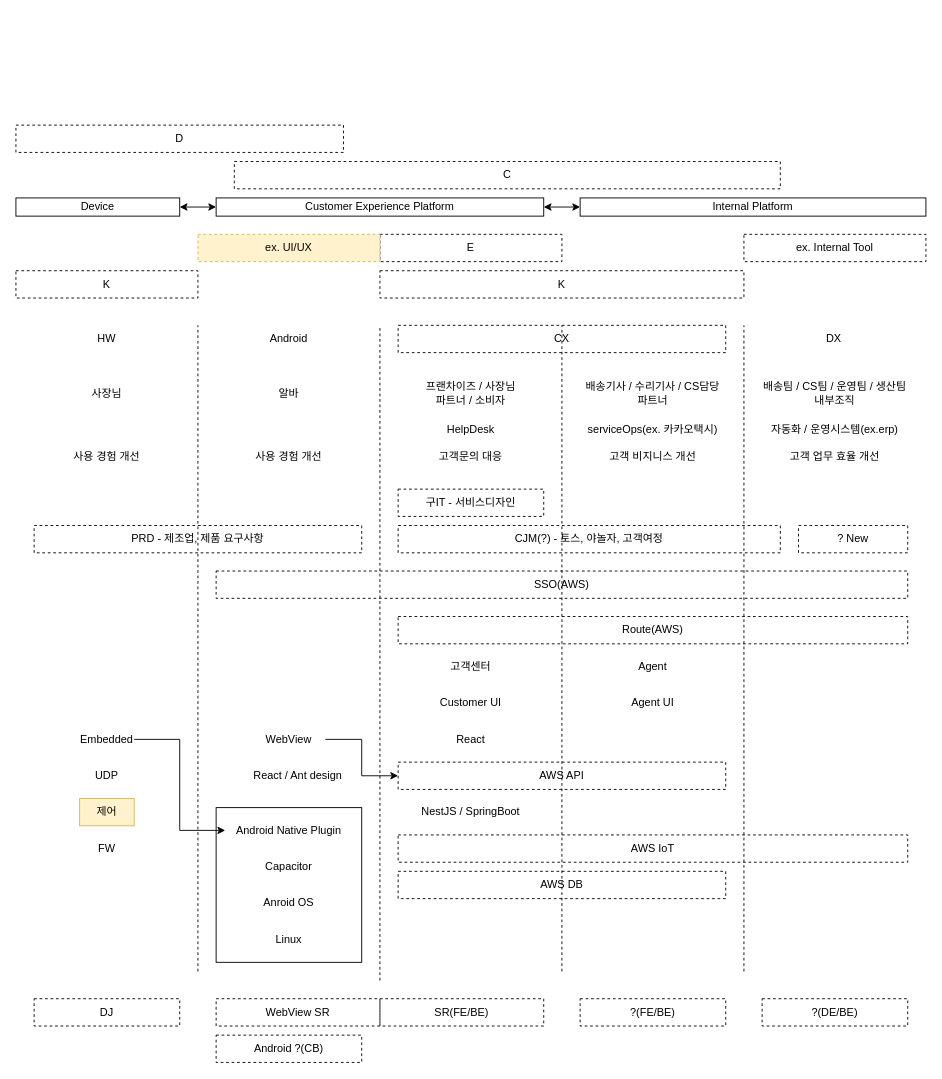
Above: 제목 없는 다이어그램.drawio in devchan64/note (draw.io), before the change. Source tidied: cells renumbered, new cells numbered last; positions are measured from the earlier drawing's top-left corner, leaving out a move shared by most shapes. Both pictures are drawn from the tidied source at 91%, with x=0, y=0 at pixel (15, 125).
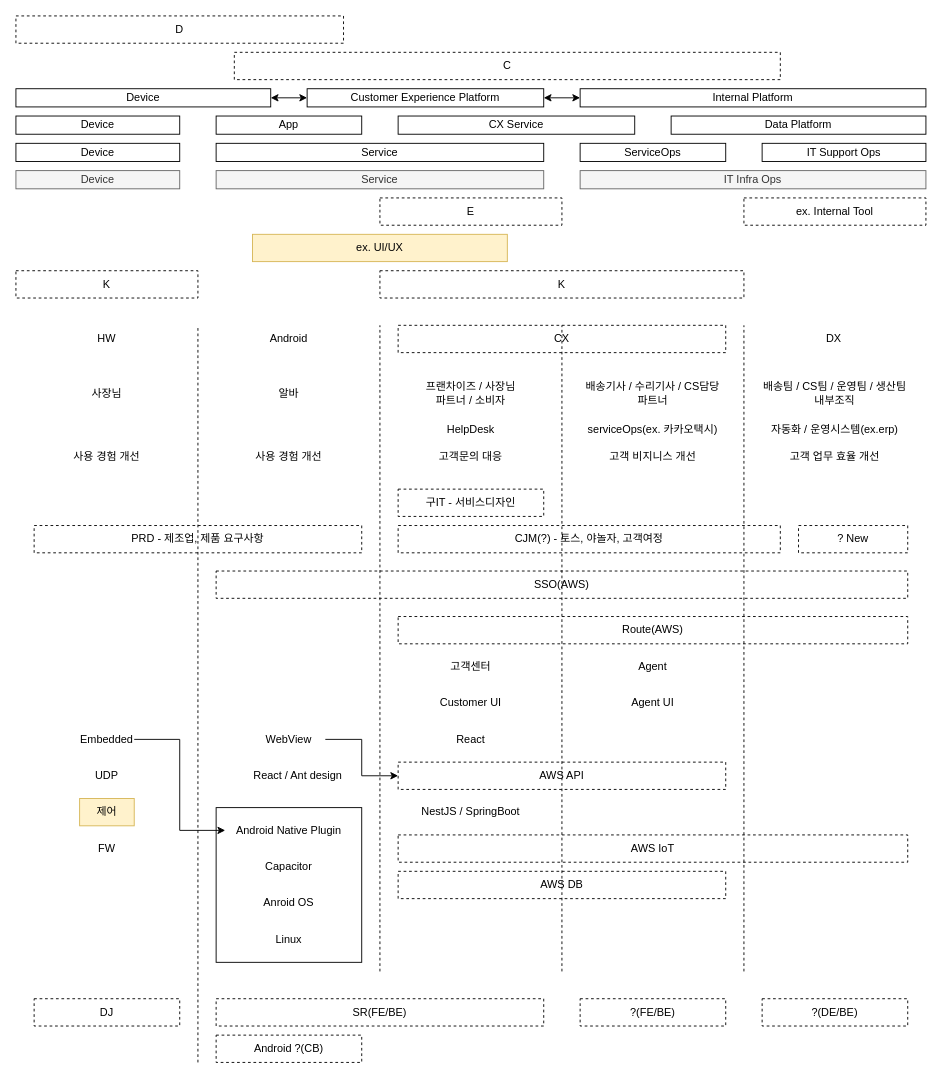
The same page after the edit.

Commit message:
제목 없는 다이어그램.drawio 업데이트

The edit, as a diff of the source:
```diff
@@
     <mxCell id="3" style="endArrow=none;html=1;rounded=0;dashed=1;" parent="1" edge="1">
       <mxGeometry relative="1" as="geometry">
-        <mxPoint x="200" y="930" as="sourcePoint" />
+        <mxPoint x="200" y="1030" as="sourcePoint" />
         <mxPoint x="200" y="220" as="targetPoint" />
       </mxGeometry>
     </mxCell>
     <mxCell id="4" style="endArrow=none;html=1;rounded=0;dashed=1;" parent="1" edge="1">
       <mxGeometry relative="1" as="geometry">
-        <mxPoint x="400" y="940" as="sourcePoint" />
+        <mxPoint x="400" y="930" as="sourcePoint" />
         <mxPoint x="400" y="220" as="targetPoint" />
       </mxGeometry>
     </mxCell>
@@
     <mxCell id="39" value="D" style="text;html=1;align=center;verticalAlign=middle;whiteSpace=wrap;rounded=0;dashed=1;strokeColor=default;" parent="1" vertex="1">
-      <mxGeometry width="360" height="30" as="geometry" />
+      <mxGeometry y="-120" width="360" height="30" as="geometry" />
     </mxCell>
     <mxCell id="40" value="C" style="text;html=1;align=center;verticalAlign=middle;whiteSpace=wrap;rounded=0;dashed=1;strokeColor=default;" parent="1" vertex="1">
-      <mxGeometry x="240" y="40" width="600" height="30" as="geometry" />
+      <mxGeometry x="240" y="-80" width="600" height="30" as="geometry" />
     </mxCell>
     <mxCell id="41" value="E" style="text;html=1;align=center;verticalAlign=middle;whiteSpace=wrap;rounded=0;dashed=1;strokeColor=default;" parent="1" vertex="1">
-      <mxGeometry x="400" y="120" width="200" height="30" as="geometry" />
+      <mxGeometry x="400" y="80" width="200" height="30" as="geometry" />
     </mxCell>
@@
     <mxCell id="43" value="SR(FE/BE)" style="text;html=1;align=center;verticalAlign=middle;whiteSpace=wrap;rounded=0;dashed=1;strokeColor=default;" parent="1" vertex="1">
-      <mxGeometry x="400" y="960" width="180" height="30" as="geometry" />
+      <mxGeometry x="220" y="960" width="360" height="30" as="geometry" />
     </mxCell>
-    <mxCell id="44" value="WebView SR" style="text;html=1;align=center;verticalAlign=middle;whiteSpace=wrap;rounded=0;dashed=1;strokeColor=default;" parent="1" vertex="1">
-      <mxGeometry x="220" y="960" width="180" height="30" as="geometry" />
-    </mxCell>
@@
     <mxCell id="57" value="ex. Internal Tool" style="text;html=1;align=center;verticalAlign=middle;whiteSpace=wrap;rounded=0;dashed=1;strokeColor=default;" parent="1" vertex="1">
-      <mxGeometry x="800" y="120" width="200" height="30" as="geometry" />
+      <mxGeometry x="800" y="80" width="200" height="30" as="geometry" />
     </mxCell>
     <mxCell id="58" value="Internal Platform" style="rounded=0;whiteSpace=wrap;html=1;" parent="1" vertex="1">
-      <mxGeometry x="620" y="80" width="380" height="20" as="geometry" />
+      <mxGeometry x="620" y="-40" width="380" height="20" as="geometry" />
     </mxCell>
     <mxCell id="59" value="Customer Experience Platform" style="rounded=0;whiteSpace=wrap;html=1;" parent="1" vertex="1">
-      <mxGeometry x="220" y="80" width="360" height="20" as="geometry" />
+      <mxGeometry x="320" y="-40" width="260" height="20" as="geometry" />
     </mxCell>
-    <mxCell id="60" value="ex. UI/UX" style="text;html=1;align=center;verticalAlign=middle;whiteSpace=wrap;rounded=0;dashed=1;strokeColor=#d6b656;fillColor=#fff2cc;" parent="1" vertex="1">
-      <mxGeometry x="200" y="120" width="200" height="30" as="geometry" />
+    <mxCell id="60" value="ex. UI/UX" style="text;html=1;align=center;verticalAlign=middle;whiteSpace=wrap;rounded=0;strokeColor=#d6b656;fillColor=#fff2cc;" parent="1" vertex="1">
+      <mxGeometry x="260" y="120" width="280" height="30" as="geometry" />
     </mxCell>
@@
     <mxCell id="67" value="Device" style="rounded=0;whiteSpace=wrap;html=1;" parent="1" vertex="1">
-      <mxGeometry y="80" width="180" height="20" as="geometry" />
+      <mxGeometry y="-40" width="280" height="20" as="geometry" />
     </mxCell>
@@
+    <mxCell id="69" value="Device" style="rounded=0;whiteSpace=wrap;html=1;" parent="1" vertex="1">
+      <mxGeometry y="-10" width="180" height="20" as="geometry" />
+    </mxCell>
+    <mxCell id="70" value="App" style="rounded=0;whiteSpace=wrap;html=1;" parent="1" vertex="1">
+      <mxGeometry x="220" y="-10" width="160" height="20" as="geometry" />
+    </mxCell>
+    <mxCell id="71" value="Data Platform" style="rounded=0;whiteSpace=wrap;html=1;" parent="1" vertex="1">
+      <mxGeometry x="720" y="-10" width="280" height="20" as="geometry" />
+    </mxCell>
+    <mxCell id="72" value="CX Service" style="rounded=0;whiteSpace=wrap;html=1;" parent="1" vertex="1">
+      <mxGeometry x="420" y="-10" width="260" height="20" as="geometry" />
+    </mxCell>
+    <mxCell id="73" value="IT Support Ops" style="rounded=0;whiteSpace=wrap;html=1;" parent="1" vertex="1">
+      <mxGeometry x="820" y="20" width="180" height="20" as="geometry" />
+    </mxCell>
+    <mxCell id="74" value="ServiceOps" style="rounded=0;whiteSpace=wrap;html=1;" parent="1" vertex="1">
+      <mxGeometry x="620" y="20" width="160" height="20" as="geometry" />
+    </mxCell>
+    <mxCell id="75" value="Service" style="rounded=0;whiteSpace=wrap;html=1;" parent="1" vertex="1">
+      <mxGeometry x="220" y="20" width="360" height="20" as="geometry" />
+    </mxCell>
+    <mxCell id="76" value="Device" style="rounded=0;whiteSpace=wrap;html=1;" parent="1" vertex="1">
+      <mxGeometry y="20" width="180" height="20" as="geometry" />
+    </mxCell>
+    <mxCell id="77" value="IT Infra Ops" style="rounded=0;whiteSpace=wrap;html=1;fillColor=#f5f5f5;fontColor=#333333;strokeColor=#666666;" parent="1" vertex="1">
+      <mxGeometry x="620" y="50" width="380" height="20" as="geometry" />
+    </mxCell>
+    <mxCell id="78" value="Service" style="rounded=0;whiteSpace=wrap;html=1;fillColor=#f5f5f5;fontColor=#333333;strokeColor=#666666;" parent="1" vertex="1">
+      <mxGeometry x="220" y="50" width="360" height="20" as="geometry" />
+    </mxCell>
+    <mxCell id="79" value="Device" style="rounded=0;whiteSpace=wrap;html=1;fillColor=#f5f5f5;fontColor=#333333;strokeColor=#666666;" parent="1" vertex="1">
+      <mxGeometry y="50" width="180" height="20" as="geometry" />
+    </mxCell>
```
